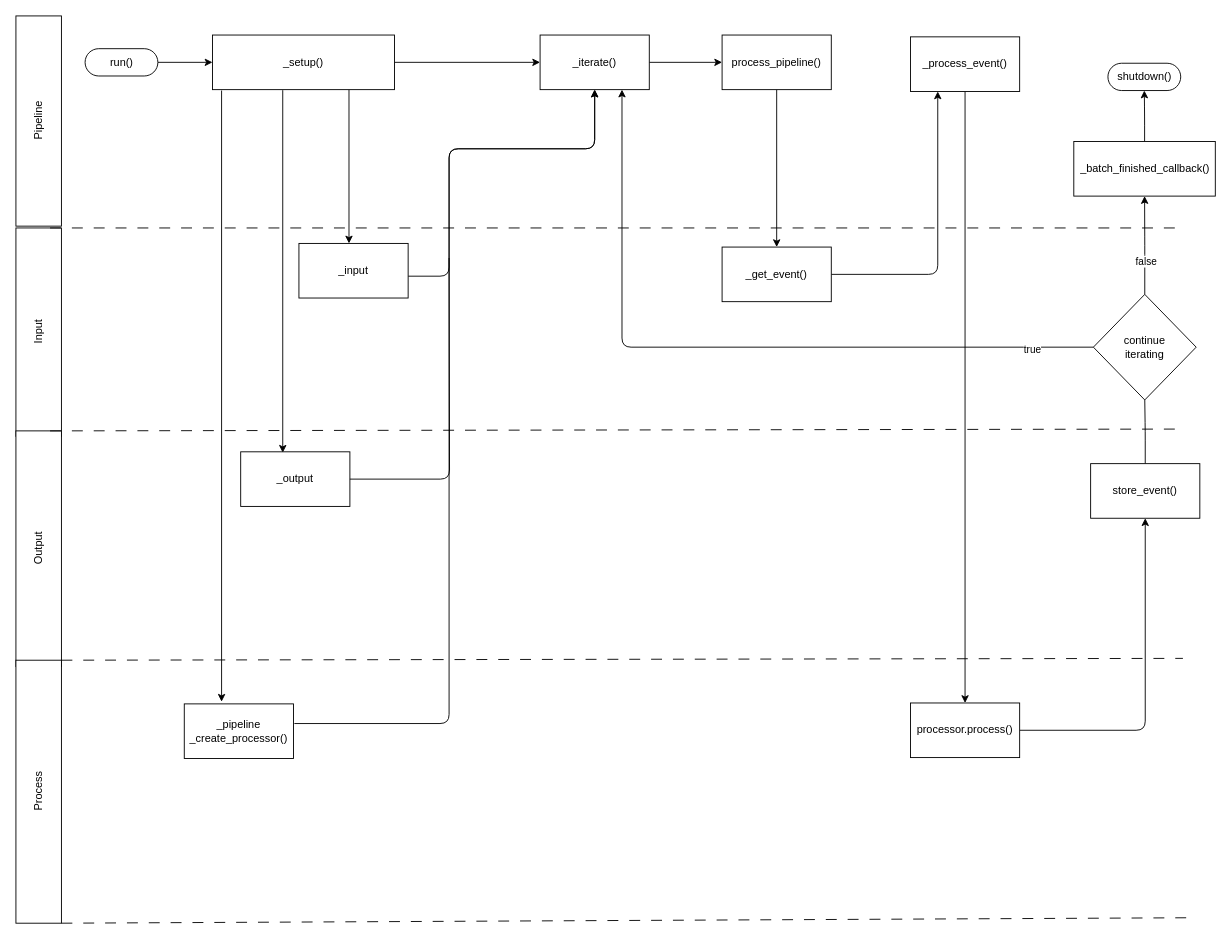
Earlier version of the draw.io diagram doc/source/development/architecture/diagramms/pipeline.drawio (fkie-cad/Logprep). Source tidied: cells renumbered, new cells numbered last; positions are measured from the earlier drawing's top-left corner, leaving out a move shared by most shapes. Both pictures are drawn from the tidied source at 91%, with x=0, y=0 at pixel (-94, 35).
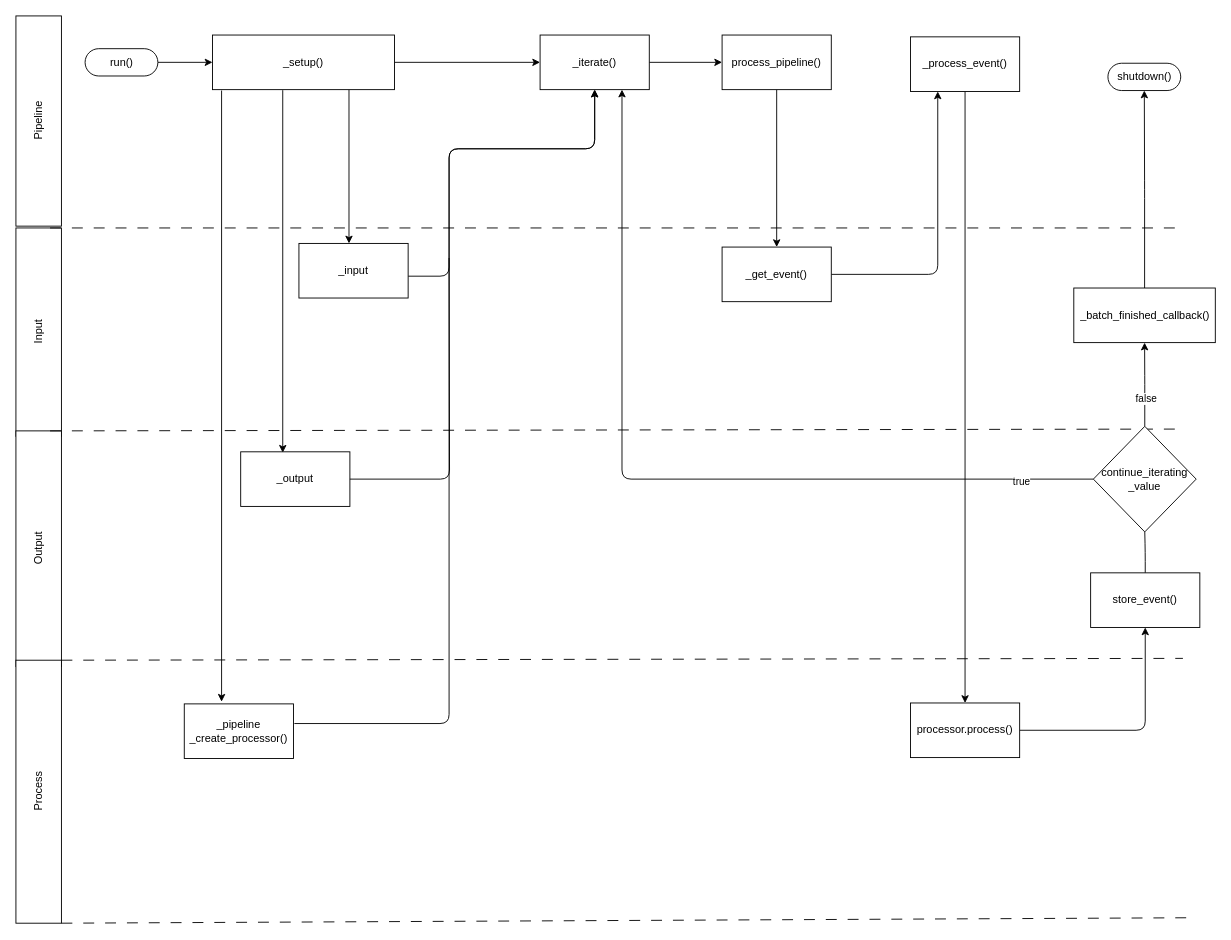
Above is the later version.

Change to the diagram source:
```diff
@@
     <mxCell id="30" value="store_event()" style="whiteSpace=wrap;html=1;dashed=0;" parent="1" vertex="1">
-      <mxGeometry x="1301" y="471" width="120" height="60" as="geometry" />
+      <mxGeometry x="1301" y="591" width="120" height="60" as="geometry" />
     </mxCell>
@@
-    <mxCell id="40" value="continue&lt;br&gt;iterating" style="rhombus;whiteSpace=wrap;html=1;dashed=0;" parent="1" vertex="1">
-      <mxGeometry x="1304" y="285" width="113" height="116" as="geometry" />
+    <mxCell id="40" value="continue_iterating&lt;br&gt;_value" style="rhombus;whiteSpace=wrap;html=1;dashed=0;" parent="1" vertex="1">
+      <mxGeometry x="1304" y="430" width="113" height="116" as="geometry" />
     </mxCell>
@@
     <mxCell id="42" value="_batch_finished_callback()" style="whiteSpace=wrap;html=1;dashed=0;" parent="1" vertex="1">
-      <mxGeometry x="1282.5" y="117" width="155.5" height="60" as="geometry" />
+      <mxGeometry x="1282.5" y="278" width="155.5" height="60" as="geometry" />
     </mxCell>
```
